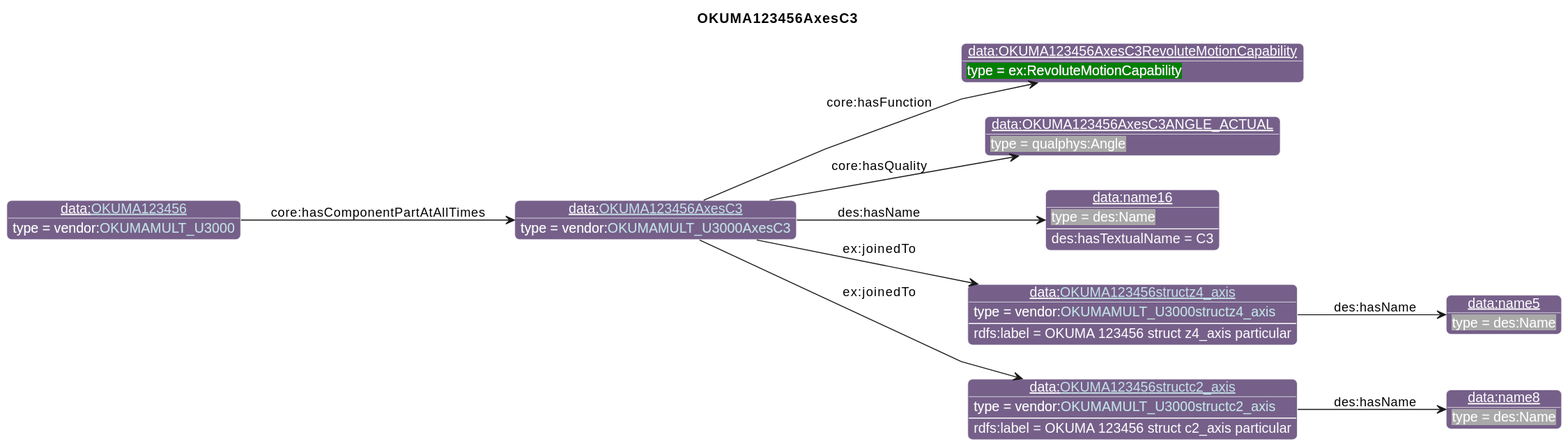
Before: diagrams/OKUMA123456AxesC3.svg, a diagram exported from PlantUML (iofoundry/example-syseng-mtconnect). Source of this version:
```plantuml
@startuml
!include ../iof.iuml

<style>
object {
  HyperlinkColor #C4E1E6
}
</style>

left to right direction
skinparam linetype polyline
title OKUMA123456AxesC3

!$default_direction = down

!$namespace_colors = { "bfo":"DFA702",
                      "iof":"1E90FF",
                      "ns":"Green",
                      "ns1":"76608A",
                      "core":"000000",
                      "ex":"Green",
                      "data":"76608A",
                      "vendor":"76608A",
                      "units":"8A2D3B",
                      "cmns-dsg":"3A0519",
                      "qp":"641B2E"
      }
individual(o0, data:[[./OKUMA123456AxesC3.html OKUMA123456AxesC3]], vendor:[[../OKUMA.html#OKUMAMULT_U3000AxesC3 OKUMAMULT_U3000AxesC3]])
individual(o1, data:OKUMA123456AxesC3RevoluteMotionCapability, ex:RevoluteMotionCapability)
individual(o2, data:OKUMA123456AxesC3ANGLE_ACTUAL, qualphys:Angle)
individual(o3, data:name16, des:Name)
individual(o4, data:[[./OKUMA123456structz4_axis.html OKUMA123456structz4_axis]], vendor:[[../OKUMA.html#OKUMAMULT_U3000structz4_axis OKUMAMULT_U3000structz4_axis]])
individual(o5, data:name5, des:Name)
individual(o6, data:[[./OKUMA123456structc2_axis.html OKUMA123456structc2_axis]], vendor:[[../OKUMA.html#OKUMAMULT_U3000structc2_axis OKUMAMULT_U3000structc2_axis]])
individual(o7, data:name8, des:Name)
individual(o8, data:[[./OKUMA123456.html OKUMA123456]], vendor:[[../OKUMA.html#OKUMAMULT_U3000 OKUMAMULT_U3000]])
property(o0, "core:hasFunction", o1)
property(o0, "core:hasQuality", o2)
property(o0, "des:hasName", o3)
data(o3, "des:hasTextualName", "C3")
property(o0, "ex:joinedTo", o4)
data(o4, "rdfs:label", "OKUMA 123456 struct z4_axis particular")
property(o4, "des:hasName", o5)
property(o0, "ex:joinedTo", o6)
data(o6, "rdfs:label", "OKUMA 123456 struct c2_axis particular")
property(o6, "des:hasName", o7)
property(o8, "core:hasComponentPartAtAllTimes", o0)
@enduml
```
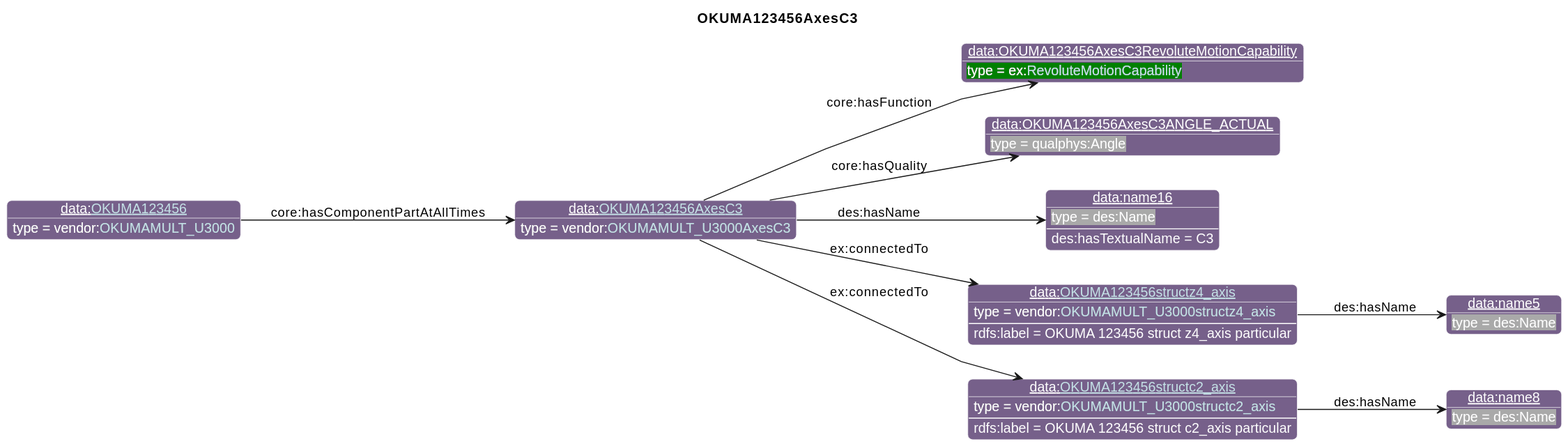
The same diagram one commit later.

Diff of the diagram source:
```diff
@@ -26,7 +26,7 @@
                       "qp":"641B2E"
       }
 individual(o0, data:[[./OKUMA123456AxesC3.html OKUMA123456AxesC3]], vendor:[[../OKUMA.html#OKUMAMULT_U3000AxesC3 OKUMAMULT_U3000AxesC3]])
-individual(o1, data:OKUMA123456AxesC3RevoluteMotionCapability, ex:RevoluteMotionCapability)
+individual(o1, data:OKUMA123456AxesC3RevoluteMotionCapability, ex:[[../Example.html#RevoluteMotionCapability RevoluteMotionCapability]])
 individual(o2, data:OKUMA123456AxesC3ANGLE_ACTUAL, qualphys:Angle)
 individual(o3, data:name16, des:Name)
 individual(o4, data:[[./OKUMA123456structz4_axis.html OKUMA123456structz4_axis]], vendor:[[../OKUMA.html#OKUMAMULT_U3000structz4_axis OKUMAMULT_U3000structz4_axis]])
@@ -38,10 +38,10 @@
 property(o0, "core:hasQuality", o2)
 property(o0, "des:hasName", o3)
 data(o3, "des:hasTextualName", "C3")
-property(o0, "ex:joinedTo", o4)
+property(o0, "ex:connectedTo", o4)
 data(o4, "rdfs:label", "OKUMA 123456 struct z4_axis particular")
 property(o4, "des:hasName", o5)
-property(o0, "ex:joinedTo", o6)
+property(o0, "ex:connectedTo", o6)
 data(o6, "rdfs:label", "OKUMA 123456 struct c2_axis particular")
 property(o6, "des:hasName", o7)
 property(o8, "core:hasComponentPartAtAllTimes", o0)
```
